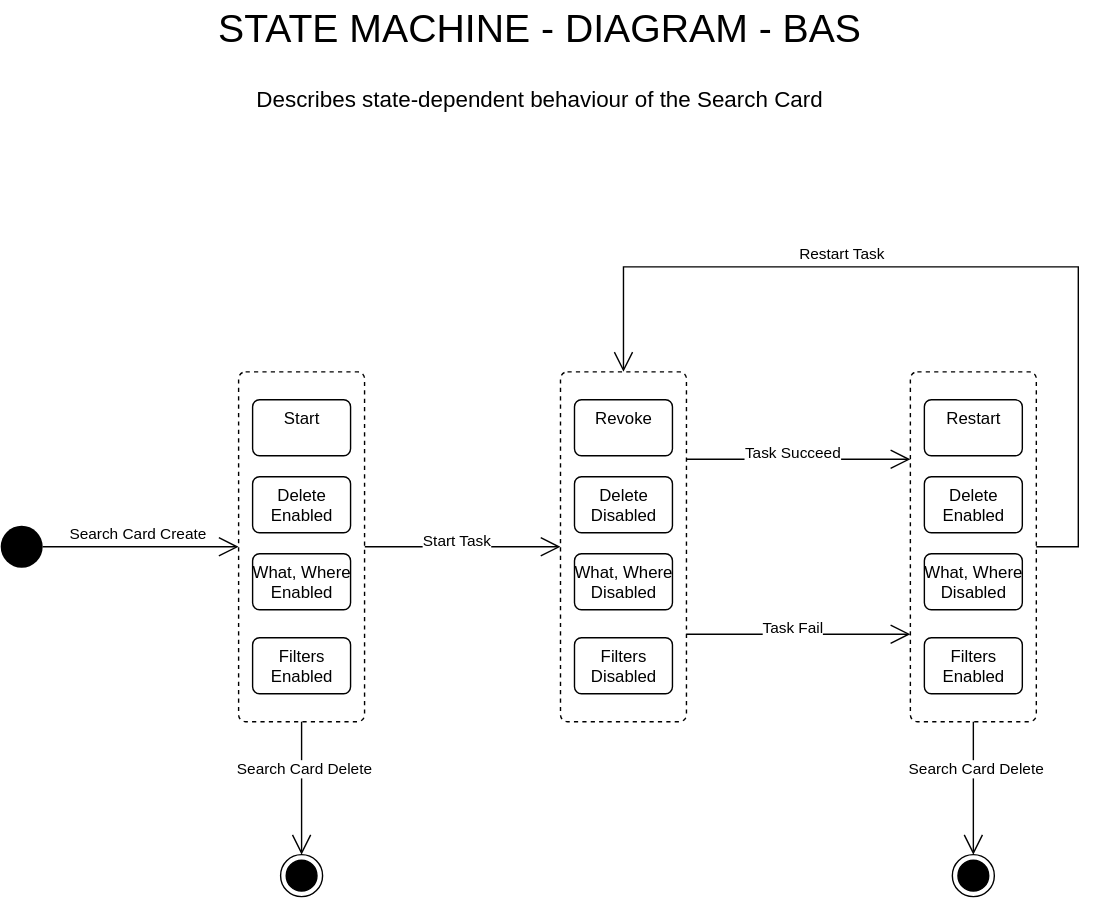
The draw.io diagram diagrams/Diagram-STATE-CARD.drawio.svg in vadzimk/bas, before a commit. Source tidied: cells renumbered, new cells last; positions are measured from the earlier drawing's top-left corner, leaving out a move shared by most shapes.
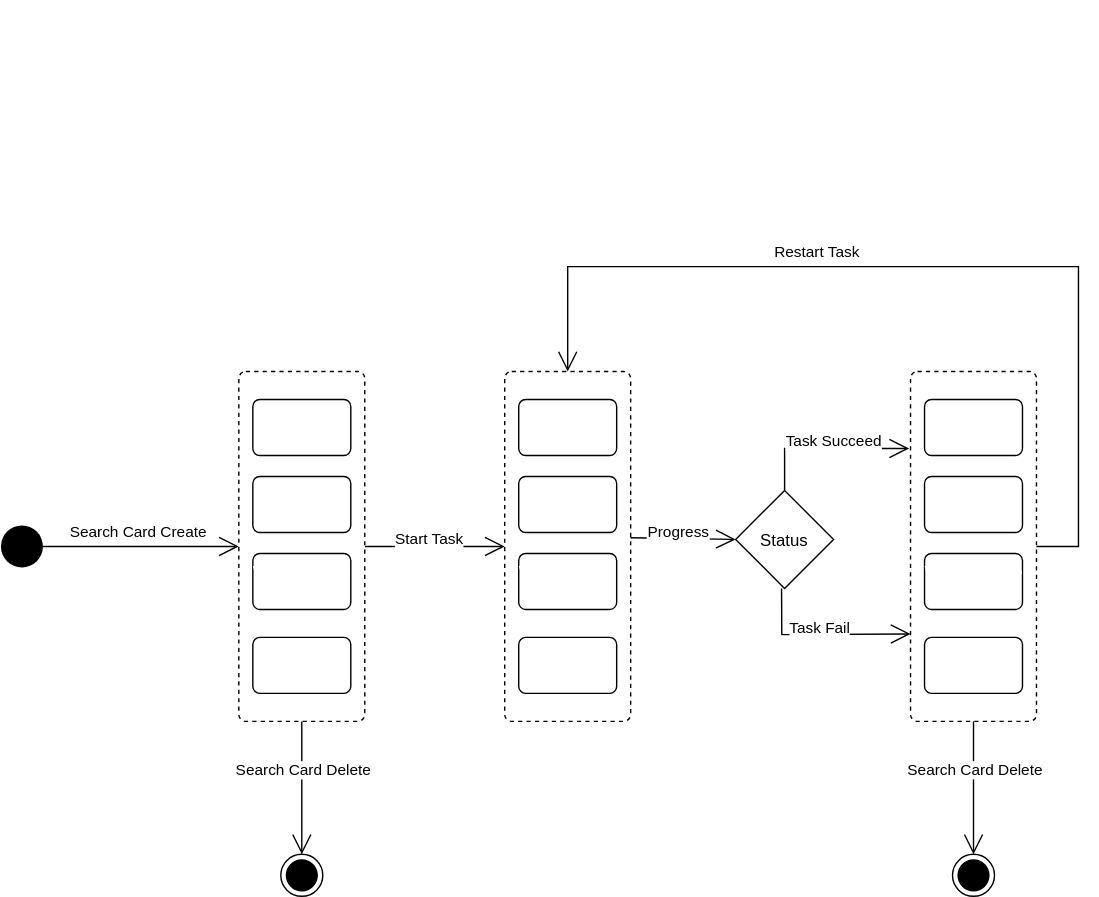
Later version of the same file.

Commit message:
update state diagram

Change to the diagram source:
```diff
@@ -13,14 +13,12 @@
         <mxPoint x="-14" y="-10" as="offset" />
       </mxGeometry>
     </mxCell>
-    <mxCell id="5" style="endArrow=open;endFill=1;endSize=12;html=1;rounded=0;exitX=1;exitY=0.5;exitDx=0;exitDy=0;" parent="1" edge="1" source="7">
-      <mxGeometry relative="1" as="geometry">
-        <mxPoint x="400" y="390" as="targetPoint" />
-      </mxGeometry>
+    <mxCell id="5" style="endArrow=open;endFill=1;endSize=12;html=1;rounded=0;exitX=1;exitY=0.5;exitDx=0;exitDy=0;entryX=0;entryY=0.5;entryDx=0;entryDy=0;" parent="1" edge="1" source="7" target="12">
+      <mxGeometry relative="1" as="geometry" />
     </mxCell>
     <mxCell id="6" value="Start Task" style="edgeLabel;html=1;align=center;verticalAlign=middle;" parent="5" vertex="1">
       <mxGeometry x="-0.11" y="-3" relative="1" as="geometry">
-        <mxPoint x="4" y="-8" as="offset" />
+        <mxPoint x="1" y="-8" as="offset" />
       </mxGeometry>
     </mxCell>
     <mxCell id="7" style="html=1;align=center;verticalAlign=middle;rounded=1;absoluteArcSize=1;arcSize=10;dashed=1;" parent="1" vertex="1">
@@ -39,26 +37,30 @@
       <mxGeometry x="180" y="455" width="70" height="40" as="geometry" />
     </mxCell>
     <mxCell id="12" style="html=1;align=center;verticalAlign=middle;rounded=1;absoluteArcSize=1;arcSize=10;dashed=1;" parent="1" vertex="1">
-      <mxGeometry x="400" y="265" width="90" height="250" as="geometry" />
+      <mxGeometry x="360" y="265" width="90" height="250" as="geometry" />
     </mxCell>
     <mxCell id="13" value="Revoke" style="html=1;align=center;verticalAlign=top;rounded=1;absoluteArcSize=1;arcSize=10;dashed=0;labelBackgroundColor=none;hachureGap=4;fontColor=default;fillColor=default;" parent="1" vertex="1">
-      <mxGeometry x="410" y="285" width="70" height="40" as="geometry" />
+      <mxGeometry x="370" y="285" width="70" height="40" as="geometry" />
     </mxCell>
     <mxCell id="14" value="Delete &lt;br&gt;Disabled" style="html=1;align=center;verticalAlign=top;rounded=1;absoluteArcSize=1;arcSize=10;dashed=0;labelBackgroundColor=none;hachureGap=4;fontColor=default;fillColor=default;" parent="1" vertex="1">
-      <mxGeometry x="410" y="340" width="70" height="40" as="geometry" />
+      <mxGeometry x="370" y="340" width="70" height="40" as="geometry" />
     </mxCell>
     <mxCell id="15" value="What, Where&lt;br&gt;Disabled" style="html=1;align=center;verticalAlign=top;rounded=1;absoluteArcSize=1;arcSize=10;dashed=0;labelBackgroundColor=none;hachureGap=4;fontColor=default;fillColor=default;" parent="1" vertex="1">
-      <mxGeometry x="410" y="395" width="70" height="40" as="geometry" />
+      <mxGeometry x="370" y="395" width="70" height="40" as="geometry" />
     </mxCell>
     <mxCell id="16" value="Filters&lt;br&gt;Disabled" style="html=1;align=center;verticalAlign=top;rounded=1;absoluteArcSize=1;arcSize=10;dashed=0;labelBackgroundColor=none;hachureGap=4;fontColor=default;fillColor=default;" parent="1" vertex="1">
-      <mxGeometry x="410" y="455" width="70" height="40" as="geometry" />
+      <mxGeometry x="370" y="455" width="70" height="40" as="geometry" />
     </mxCell>
-    <mxCell id="17" style="endArrow=open;endFill=1;endSize=12;html=1;rounded=0;exitX=1;exitY=0.25;exitDx=0;exitDy=0;entryX=0;entryY=0.25;entryDx=0;entryDy=0;" parent="1" edge="1" source="12" target="19">
-      <mxGeometry relative="1" as="geometry" />
+    <mxCell id="17" style="endArrow=open;endFill=1;endSize=12;html=1;rounded=0;exitX=0.5;exitY=0;exitDx=0;exitDy=0;entryX=-0.011;entryY=0.22;entryDx=0;entryDy=0;entryPerimeter=0;" parent="1" edge="1" source="36" target="19">
+      <mxGeometry relative="1" as="geometry">
+        <Array as="points">
+          <mxPoint x="560" y="320" />
+        </Array>
+      </mxGeometry>
     </mxCell>
     <mxCell id="18" value="Task Succeed" style="edgeLabel;html=1;align=center;verticalAlign=middle;" parent="17" vertex="1">
       <mxGeometry x="-0.11" y="-3" relative="1" as="geometry">
-        <mxPoint x="4" y="-8" as="offset" />
+        <mxPoint x="12" y="-8" as="offset" />
       </mxGeometry>
     </mxCell>
     <mxCell id="19" style="html=1;align=center;verticalAlign=middle;rounded=1;absoluteArcSize=1;arcSize=10;dashed=1;" parent="1" vertex="1">
@@ -76,8 +78,12 @@
     <mxCell id="23" value="Filters&lt;br&gt;Enabled" style="html=1;align=center;verticalAlign=top;rounded=1;absoluteArcSize=1;arcSize=10;dashed=0;labelBackgroundColor=none;hachureGap=4;fontColor=default;fillColor=default;" parent="1" vertex="1">
       <mxGeometry x="660" y="455" width="70" height="40" as="geometry" />
     </mxCell>
-    <mxCell id="24" style="endArrow=open;endFill=1;endSize=12;html=1;rounded=0;exitX=1;exitY=0.75;exitDx=0;exitDy=0;entryX=0;entryY=0.75;entryDx=0;entryDy=0;" parent="1" edge="1" source="12" target="19">
-      <mxGeometry relative="1" as="geometry" />
+    <mxCell id="24" style="endArrow=open;endFill=1;endSize=12;html=1;rounded=0;exitX=0.469;exitY=1;exitDx=0;exitDy=0;entryX=0;entryY=0.75;entryDx=0;entryDy=0;exitPerimeter=0;" parent="1" edge="1" source="36" target="19">
+      <mxGeometry relative="1" as="geometry">
+        <Array as="points">
+          <mxPoint x="558" y="453" />
+        </Array>
+      </mxGeometry>
     </mxCell>
     <mxCell id="25" value="Task Fail" style="edgeLabel;html=1;align=center;verticalAlign=middle;" parent="24" vertex="1">
       <mxGeometry x="-0.11" y="-3" relative="1" as="geometry">
@@ -89,7 +95,7 @@
         <Array as="points">
           <mxPoint x="770" y="390" />
           <mxPoint x="770" y="190" />
-          <mxPoint x="445" y="190" />
+          <mxPoint x="405" y="190" />
         </Array>
       </mxGeometry>
     </mxCell>
@@ -126,5 +132,16 @@
     <mxCell id="35" value="Describes state-dependent behaviour of the Search Card" style="text;html=1;align=center;verticalAlign=middle;fillColor=none;strokeColor=none;rounded=0;fontSize=16;fontColor=default;" parent="1" vertex="1">
       <mxGeometry x="175" y="60" width="420" height="20" as="geometry" />
     </mxCell>
+    <mxCell id="36" value="Status" style="rhombus;" parent="1" vertex="1">
+      <mxGeometry x="525" y="350" width="70" height="70" as="geometry" />
+    </mxCell>
+    <mxCell id="37" style="endArrow=open;endFill=1;endSize=12;html=1;rounded=0;exitX=0.998;exitY=0.475;exitDx=0;exitDy=0;exitPerimeter=0;entryX=0;entryY=0.5;entryDx=0;entryDy=0;" parent="1" edge="1" source="12" target="36">
+      <mxGeometry relative="1" as="geometry" />
+    </mxCell>
+    <mxCell id="38" value="Progress" style="edgeLabel;html=1;align=center;verticalAlign=middle;" parent="37" vertex="1">
+      <mxGeometry x="-0.11" y="-3" relative="1" as="geometry">
+        <mxPoint x="1" y="-8" as="offset" />
+      </mxGeometry>
+    </mxCell>
   </root>
 </mxGraphModel>
```
